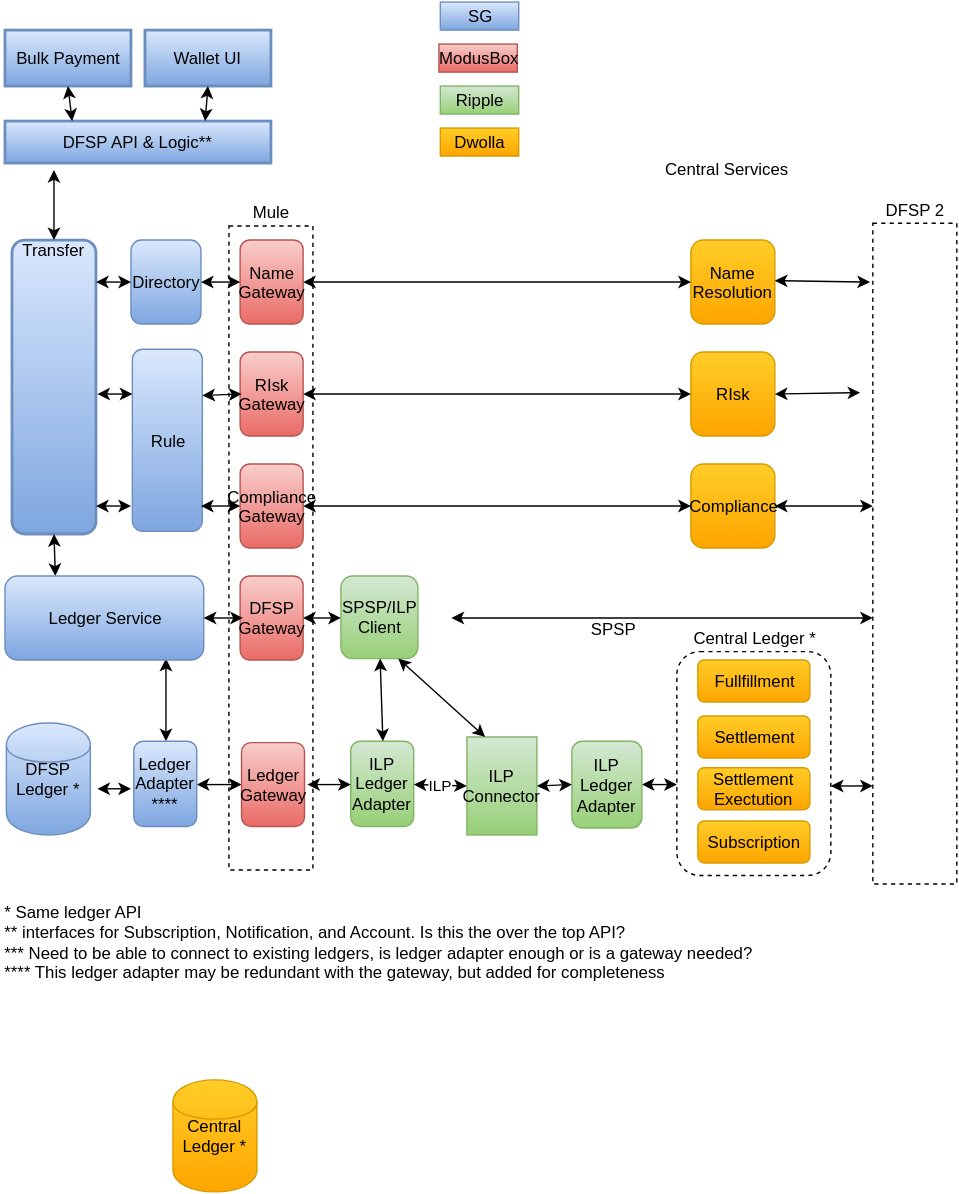
Before: Wiki/Top Level Architecture.svg, a diagram exported from draw.io (maduhu/Documentation). Source tidied: cells renumbered, new cells last; positions are measured from the earlier drawing's top-left corner, leaving out a move shared by most shapes.
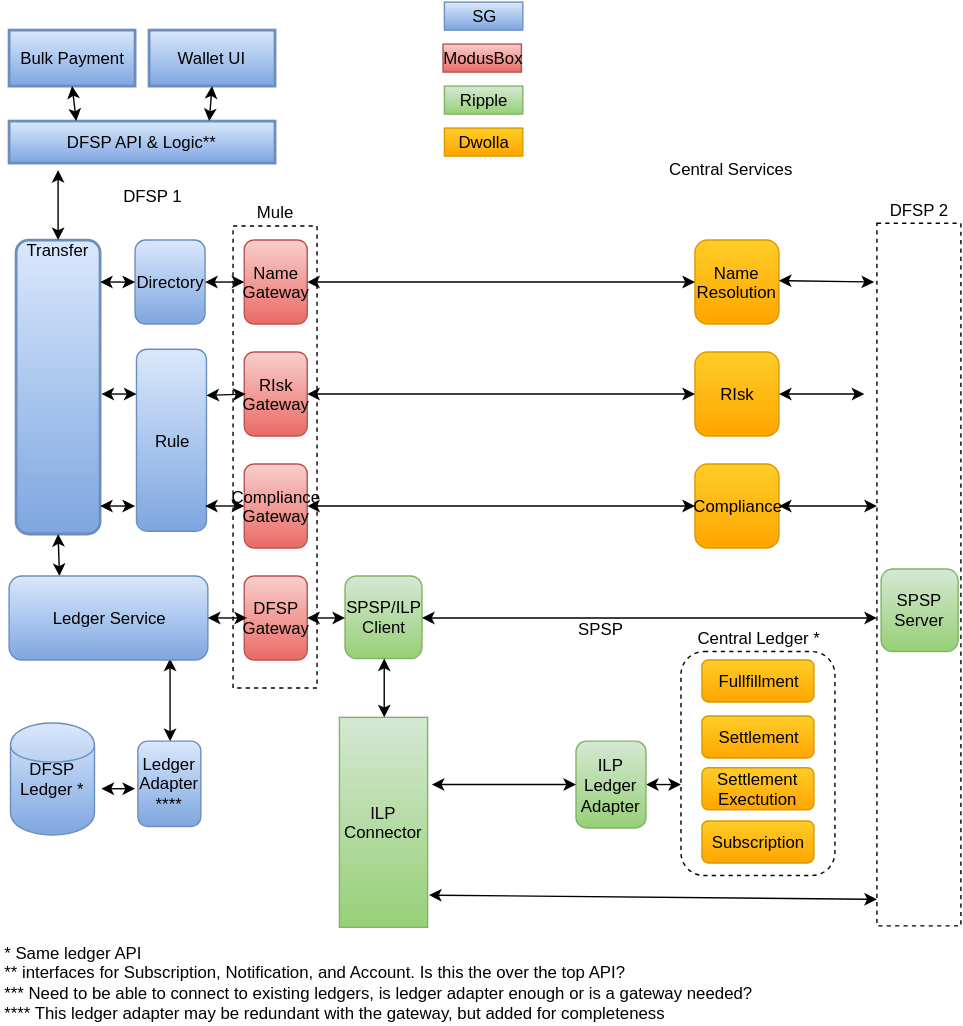
The same diagram one commit later.

Change to the diagram source:
```diff
@@ -6,7 +6,7 @@
       <mxGeometry x="482" y="464" width="110" height="160" as="geometry" />
     </mxCell>
     <mxCell id="3" value="Mule" style="whiteSpace=wrap;html=1;fillColor=none;dashed=1;labelPosition=center;verticalLabelPosition=top;align=center;verticalAlign=bottom;" parent="1" vertex="1">
-      <mxGeometry x="162" y="160" width="60" height="460" as="geometry" />
+      <mxGeometry x="162" y="160" width="60" height="330" as="geometry" />
     </mxCell>
     <mxCell id="4" value="DFSP Ledger *" style="shape=cylinder;whiteSpace=wrap;html=1;plain-blue;" parent="1" vertex="1">
       <mxGeometry x="3" y="515" width="60" height="80" as="geometry" />
@@ -15,17 +15,8 @@
       <mxGeometry x="7" y="170" width="60" height="210" as="geometry" />
     </mxCell>
     <mxCell id="6" value="ILP Connector" style="whiteSpace=wrap;html=1;plain-green;" parent="1" vertex="1">
-      <mxGeometry x="332" y="525" width="50" height="70" as="geometry" />
+      <mxGeometry x="238" y="511" width="63" height="150" as="geometry" />
     </mxCell>
-    <mxCell id="7" value="ILP Ledger Adapter" style="rounded=1;whiteSpace=wrap;html=1;plain-green;" parent="1" vertex="1">
-      <mxGeometry x="249" y="528" width="45" height="61" as="geometry" />
-    </mxCell>
-    <mxCell id="8" style="endArrow=classic;startArrow=classic;html=1;entryX=0;entryY=0.5;exitX=1;exitY=0.5;" parent="1" edge="1" source="61" target="46">
-      <mxGeometry relative="1" as="geometry" />
-    </mxCell>
-    <mxCell id="9" value="ILP" style="endArrow=classic;startArrow=classic;html=1;entryX=0;entryY=0.5;exitX=1;exitY=0.5;" parent="1" edge="1" source="7" target="6">
-      <mxGeometry x="105" y="639" as="geometry" />
-    </mxCell>
     <mxCell id="10" style="endArrow=classic;startArrow=classic;html=1;exitX=1;exitY=0.5;" parent="1" edge="1" source="53">
       <mxGeometry x="130" y="649" as="geometry">
         <mxPoint x="482" y="559" as="targetPoint" />
@@ -37,9 +28,6 @@
     <mxCell id="12" style="endArrow=classic;startArrow=classic;html=1;entryX=0.25;entryY=0;exitX=0.5;exitY=1;" parent="1" edge="1" source="5" target="55">
       <mxGeometry x="110" y="457" as="geometry" />
     </mxCell>
-    <mxCell id="13" style="endArrow=classic;startArrow=classic;html=1;entryX=0.5;entryY=0;exitX=0.5;exitY=1;" parent="1" edge="1" source="11" target="7">
-      <mxGeometry x="230" y="459" as="geometry" />
-    </mxCell>
     <mxCell id="14" value="DFSP API &amp;amp; Logic**" style="whiteSpace=wrap;align=center;verticalAlign=middle;fontStyle=0;strokeWidth=2;html=1;plain-blue;" parent="1" vertex="1">
       <mxGeometry x="2" y="85" width="190" height="30" as="geometry" />
     </mxCell>
@@ -62,17 +50,10 @@
       <mxGeometry x="120" y="577" as="geometry" />
     </mxCell>
     <mxCell id="21" value="&lt;div&gt;* Same ledger API&lt;/div&gt;&lt;div&gt;** interfaces for Subscription, Notification, and Account. Is this the over the top API?&lt;/div&gt;&lt;div&gt;*** Need to be able to connect to existing ledgers, is ledger adapter enough or is a gateway needed?&lt;/div&gt;&lt;div&gt;**** This ledger adapter may be redundant with the gateway, but added for completeness&lt;/div&gt;" style="text;html=1;align=left;verticalAlign=top;spacingTop=-4;" parent="1" vertex="1">
-      <mxGeometry y="641" width="550" height="60" as="geometry" />
+      <mxGeometry x="-3" y="670" width="550" height="60" as="geometry" />
     </mxCell>
-    <mxCell id="22" style="endArrow=classic;startArrow=classic;html=1;" parent="1" edge="1">
-      <mxGeometry x="260" y="658" as="geometry">
-        <mxPoint x="592" y="560" as="sourcePoint" />
-        <mxPoint x="622" y="560" as="targetPoint" />
-      </mxGeometry>
-    </mxCell>
-    <mxCell id="23" style="endArrow=classic;startArrow=classic;html=1;" parent="1" edge="1">
+    <mxCell id="23" style="endArrow=classic;startArrow=classic;html=1;exitX=1;exitY=0.5;" parent="1" edge="1" source="11">
       <mxGeometry x="-40" y="537" as="geometry">
-        <mxPoint x="321" y="440" as="sourcePoint" />
         <mxPoint x="622" y="440" as="targetPoint" />
       </mxGeometry>
     </mxCell>
@@ -161,16 +142,8 @@
     <mxCell id="45" style="endArrow=classic;startArrow=classic;html=1;exitX=1;exitY=0.5;entryX=0;entryY=0.5;" parent="1" edge="1" source="44" target="11">
       <mxGeometry x="120" y="467" as="geometry" />
     </mxCell>
-    <mxCell id="46" value="Ledger Gateway" style="rounded=1;whiteSpace=wrap;html=1;plain-red;" parent="1" vertex="1">
-      <mxGeometry x="171" y="529" width="45" height="60" as="geometry" />
-    </mxCell>
-    <mxCell id="47" style="endArrow=classic;startArrow=classic;html=1;entryX=0;entryY=0.5;" parent="1" edge="1" target="7">
-      <mxGeometry x="120" y="579" as="geometry">
-        <mxPoint x="218" y="559" as="sourcePoint" />
-      </mxGeometry>
-    </mxCell>
     <mxCell id="48" value="DFSP 2" style="whiteSpace=wrap;html=1;fillColor=none;dashed=1;labelPosition=center;verticalLabelPosition=top;align=center;verticalAlign=bottom;" parent="1" vertex="1">
-      <mxGeometry x="622" y="158" width="60" height="472" as="geometry" />
+      <mxGeometry x="622" y="158" width="60" height="502" as="geometry" />
     </mxCell>
     <mxCell id="49" style="endArrow=classic;startArrow=classic;html=1;" parent="1" edge="1">
       <mxGeometry x="464" y="389" as="geometry">
@@ -178,9 +151,10 @@
         <mxPoint x="622" y="360" as="targetPoint" />
       </mxGeometry>
     </mxCell>
-    <mxCell id="50" style="endArrow=classic;startArrow=classic;html=1;exitX=1;exitY=0.5;entryX=-0.15;entryY=0.256;entryPerimeter=0;" parent="1" edge="1" target="48">
+    <mxCell id="50" style="endArrow=classic;startArrow=classic;html=1;exitX=1;exitY=0.5;" parent="1" edge="1">
       <mxGeometry x="472" y="309" as="geometry">
         <mxPoint x="552" y="280" as="sourcePoint" />
+        <mxPoint x="613" y="280" as="targetPoint" />
       </mxGeometry>
     </mxCell>
     <mxCell id="51" style="endArrow=classic;startArrow=classic;html=1;exitX=1;exitY=0.5;entryX=-0.033;entryY=0.269;entryPerimeter=0;" parent="1" edge="1">
@@ -189,13 +163,13 @@
         <mxPoint x="620" y="200" as="targetPoint" />
       </mxGeometry>
     </mxCell>
-    <mxCell id="52" style="endArrow=classic;startArrow=classic;html=1;exitX=0.75;exitY=1;entryX=0.25;entryY=0;" parent="1" edge="1" source="11" target="6">
+    <mxCell id="52" style="endArrow=classic;startArrow=classic;html=1;exitX=0.5;exitY=1;entryX=0.5;entryY=0;" parent="1" edge="1" source="11" target="6">
       <mxGeometry x="130" y="399" as="geometry" />
     </mxCell>
     <mxCell id="53" value="ILP Ledger Adapter" style="rounded=1;whiteSpace=wrap;html=1;plain-green;" parent="1" vertex="1">
       <mxGeometry x="407" y="528" width="50" height="62" as="geometry" />
     </mxCell>
-    <mxCell id="54" style="endArrow=classic;startArrow=classic;html=1;entryX=0;entryY=0.5;exitX=1;exitY=0.5;" parent="1" edge="1" source="6" target="53">
+    <mxCell id="54" style="endArrow=classic;startArrow=classic;html=1;entryX=0;entryY=0.5;exitX=1.04;exitY=0.32;exitPerimeter=0;" parent="1" edge="1" source="6" target="53">
       <mxGeometry x="115" y="649" as="geometry" />
     </mxCell>
     <mxCell id="55" value="Ledger Service" style="rounded=1;whiteSpace=wrap;html=1;plain-blue;" parent="1" vertex="1">
@@ -238,8 +212,16 @@
     <mxCell id="66" value="Settlement Exectution" style="rounded=1;whiteSpace=wrap;html=1;plain-orange;" parent="1" vertex="1">
       <mxGeometry x="497" y="547" width="80" height="30" as="geometry" />
     </mxCell>
-    <mxCell id="67" value="Central Ledger *" style="shape=cylinder;whiteSpace=wrap;html=1;plain-orange;" parent="1" vertex="1">
-      <mxGeometry x="122" y="770" width="60" height="80" as="geometry" />
-    </mxCell>
+    <mxCell id="68" style="endArrow=classic;startArrow=classic;html=1;exitX=1.02;exitY=0.844;exitPerimeter=0;" parent="1" edge="1" source="6">
+      <mxGeometry x="270" y="668" as="geometry">
+        <mxPoint x="622" y="641" as="targetPoint" />
+      </mxGeometry>
+    </mxCell>
+    <mxCell id="69" value="DFSP 1" style="text;html=1;align=left;verticalAlign=top;spacingTop=-4;" parent="1" vertex="1">
+      <mxGeometry x="82" y="129" width="60" height="20" as="geometry" />
+    </mxCell>
+    <mxCell id="70" value="&lt;div&gt;SPSP Server&lt;/div&gt;" style="rounded=1;whiteSpace=wrap;html=1;plain-green;" parent="1" vertex="1">
+      <mxGeometry x="625" y="405" width="55" height="59" as="geometry" />
+    </mxCell>
   </root>
 </mxGraphModel>
```
